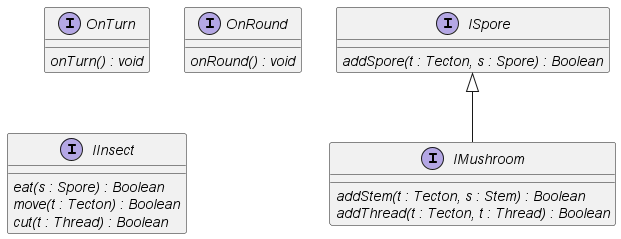
Earlier version of the PlantUML export out/4/classes/interface/interface.png (Petya-G/fungorium).
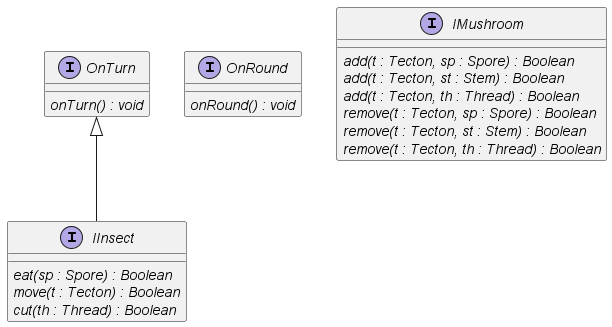
Later version of the same file.

Change to the diagram source:
```diff
@@ -8,19 +8,19 @@
     {abstract} onRound() : void
 }
 
-interface IInsect{
-    {abstract} eat(s : Spore) : Boolean
+interface IInsect implements OnTurn{
+    {abstract} eat(sp : Spore) : Boolean
     {abstract} move(t : Tecton) : Boolean
-    {abstract} cut(t : Thread) : Boolean
+    {abstract} cut(th : Thread) : Boolean
 }
 
-interface ISpore{
-    {abstract} addSpore(t : Tecton, s : Spore) : Boolean
-}
-
-interface IMushroom implements ISpore{
-    {abstract} addStem(t : Tecton, s : Stem) : Boolean
-    {abstract} addThread(t : Tecton, t : Thread) : Boolean
+interface IMushroom{
+    {abstract} add(t : Tecton, sp : Spore) : Boolean
+    {abstract} add(t : Tecton, st : Stem) : Boolean
+    {abstract} add(t : Tecton, th : Thread) : Boolean
+    {abstract} remove(t : Tecton, sp : Spore) : Boolean
+    {abstract} remove(t : Tecton, st : Stem) : Boolean
+    {abstract} remove(t : Tecton, th : Thread) : Boolean
 }
 
 @enduml
```
